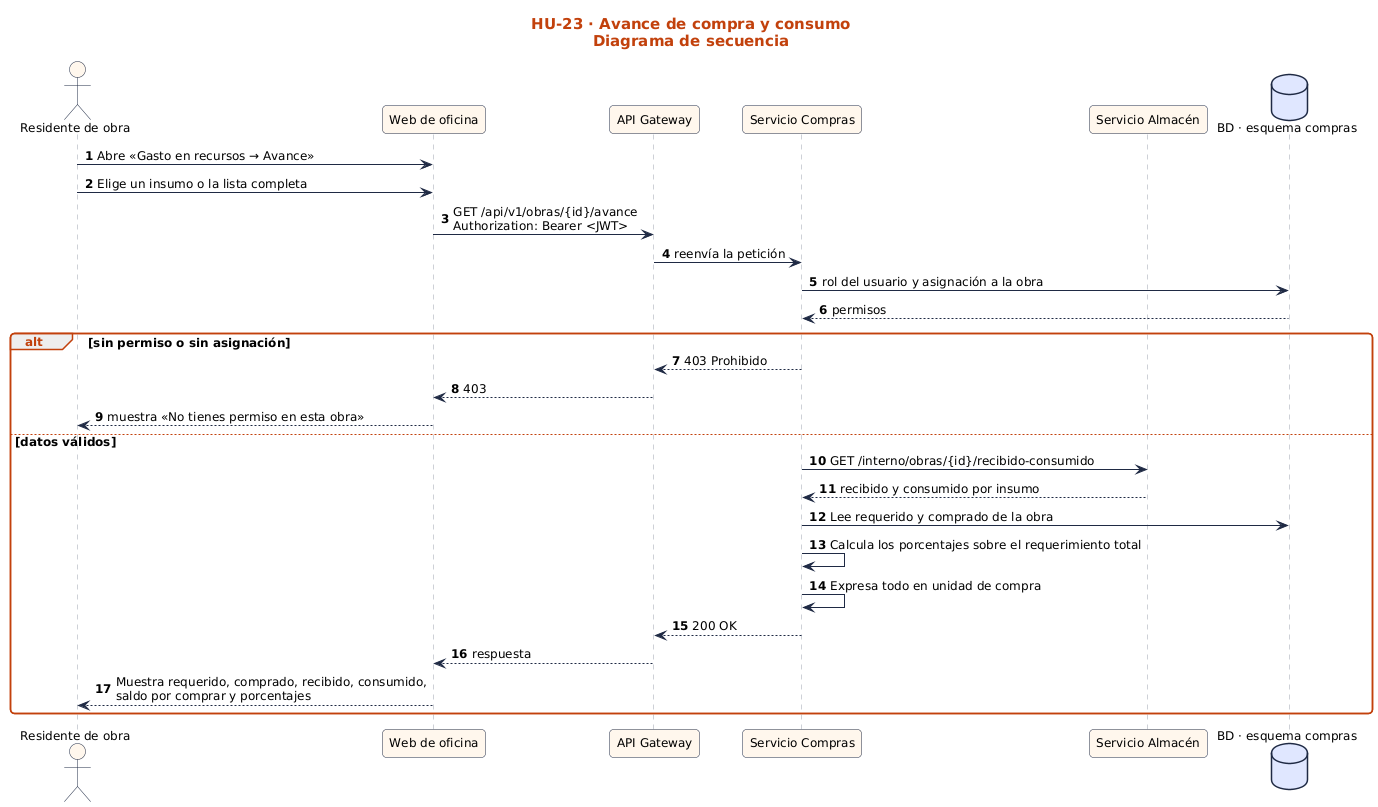
Earlier version of the PlantUML export docs/sprint-2/diagramas-hu/hu-23-avance-de-compra-y-consumo/secuencia.png (nandoestebanif/sevens-sigro).
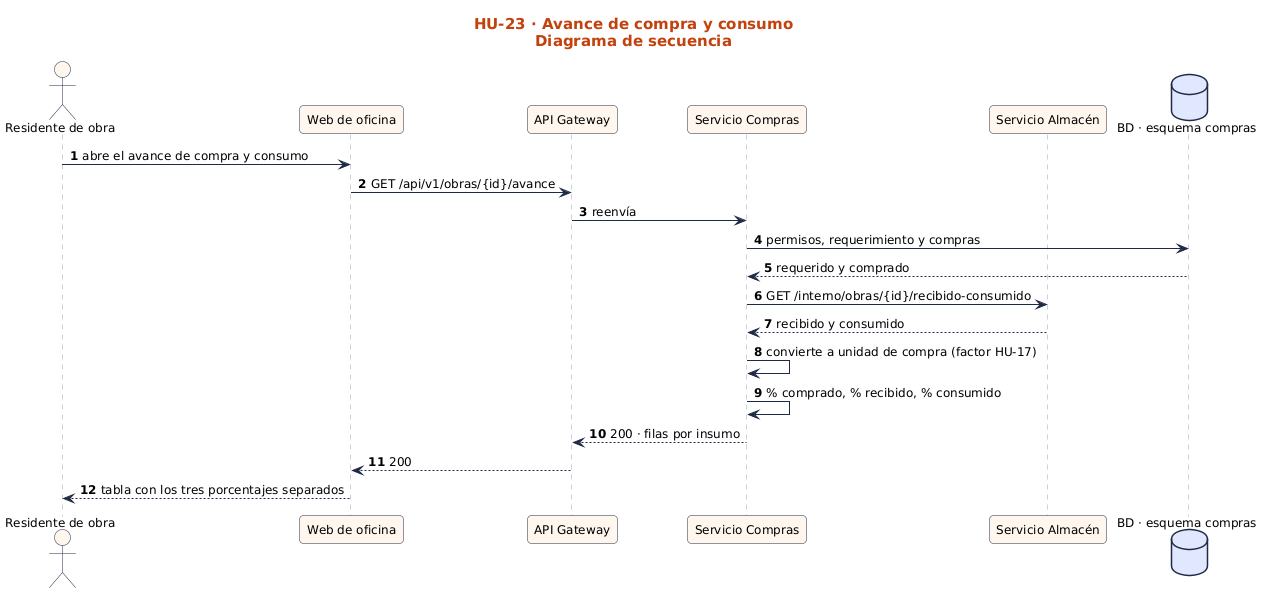
Later version of the same file.

Diff of the diagram source:
```diff
@@ -5,27 +5,19 @@
 actor "Residente de obra" as U
 participant "Web de oficina" as UI
 participant "API Gateway" as GW
-participant "Servicio Compras" as S
-participant "Servicio Almacén" as X0
+participant "Servicio Compras" as SC
+participant "Servicio Almacén" as SA
 database "BD · esquema compras" as BD
-U -> UI : Abre «Gasto en recursos → Avance»
-U -> UI : Elige un insumo o la lista completa
-UI -> GW : GET /api/v1/obras/{id}/avance\nAuthorization: Bearer <JWT>
-GW -> S : reenvía la petición
-S -> BD : rol del usuario y asignación a la obra
-BD --> S : permisos
-alt sin permiso o sin asignación
-  S --> GW : 403 Prohibido
-  GW --> UI : 403
-  UI --> U : muestra «No tienes permiso en esta obra»
-else datos válidos
-  S -> X0 : GET /interno/obras/{id}/recibido-consumido
-  X0 --> S : recibido y consumido por insumo
-  S -> BD : Lee requerido y comprado de la obra
-  S -> S : Calcula los porcentajes sobre el requerimiento total
-  S -> S : Expresa todo en unidad de compra
-  S --> GW : 200 OK
-  GW --> UI : respuesta
-  UI --> U : Muestra requerido, comprado, recibido, consumido,\nsaldo por comprar y porcentajes
-end
+U -> UI : abre el avance de compra y consumo
+UI -> GW : GET /api/v1/obras/{id}/avance
+GW -> SC : reenvía
+SC -> BD : permisos, requerimiento y compras
+BD --> SC : requerido y comprado
+SC -> SA : GET /interno/obras/{id}/recibido-consumido
+SA --> SC : recibido y consumido
+SC -> SC : convierte a unidad de compra (factor HU-17)
+SC -> SC : % comprado, % recibido, % consumido
+SC --> GW : 200 · filas por insumo
+GW --> UI : 200
+UI --> U : tabla con los tres porcentajes separados
 @enduml
```
